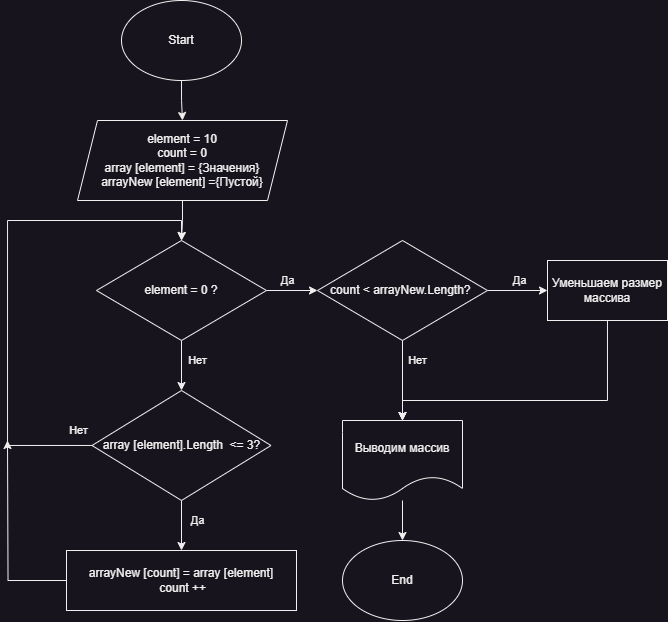
Roman-Bat/ControlWork_ChapterOne keeps this draw.io diagram as Блок схема/Блок схема программы.drawio.png. Above is the earlier version. Source tidied: cells renumbered, new cells last; positions are measured from the earlier drawing's top-left corner, leaving out a move shared by most shapes.
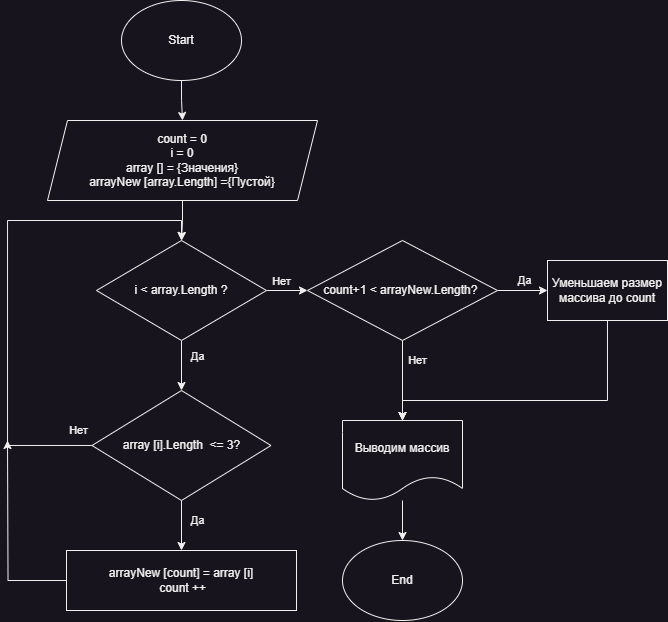
The same diagram one commit later.

Commit message:
Исправил ошибки блок схемы

Diff of the diagram source:
```diff
@@ -11,28 +11,26 @@
     <mxCell id="4" style="edgeStyle=orthogonalEdgeStyle;rounded=0;jettySize=auto;html=1;" parent="1" edge="1" source="5" target="10">
       <mxGeometry relative="1" as="geometry" />
     </mxCell>
-    <mxCell id="5" value="element = 10&lt;br&gt;count = 0&lt;br&gt;array [element] = {Значения}&lt;br&gt;arrayNew [element] ={Пустой}" style="shape=parallelogram;perimeter=parallelogramPerimeter;whiteSpace=wrap;html=1;fixedSize=1;" parent="1" vertex="1">
-      <mxGeometry x="70" y="120" width="210" height="80" as="geometry" />
+    <mxCell id="5" value="count = 0&lt;br&gt;i = 0&lt;br&gt;array [] = {Значения}&lt;br&gt;arrayNew [array.Length] ={Пустой}" style="shape=parallelogram;perimeter=parallelogramPerimeter;whiteSpace=wrap;html=1;fixedSize=1;" parent="1" vertex="1">
+      <mxGeometry x="40" y="120" width="270" height="80" as="geometry" />
     </mxCell>
-    <mxCell id="6" style="edgeStyle=orthogonalEdgeStyle;rounded=0;jettySize=auto;html=1;" parent="1" edge="1" source="10">
-      <mxGeometry relative="1" as="geometry">
-        <mxPoint x="310" y="290" as="targetPoint" />
-      </mxGeometry>
+    <mxCell id="6" style="edgeStyle=orthogonalEdgeStyle;rounded=0;jettySize=auto;html=1;entryX=0;entryY=0.5;entryDx=0;entryDy=0;" parent="1" edge="1" source="10" target="16">
+      <mxGeometry relative="1" as="geometry" />
     </mxCell>
-    <mxCell id="7" value="Да" style="edgeLabel;html=1;align=center;verticalAlign=middle;" parent="6" vertex="1">
-      <mxGeometry x="-0.07" y="3" relative="1" as="geometry">
-        <mxPoint x="-3" y="-7" as="offset" />
-      </mxGeometry>
-    </mxCell>
     <mxCell id="8" style="edgeStyle=orthogonalEdgeStyle;rounded=0;jettySize=auto;html=1;" parent="1" edge="1" source="10" target="26">
       <mxGeometry relative="1" as="geometry" />
     </mxCell>
     <mxCell id="9" value="Нет" style="edgeLabel;html=1;align=center;verticalAlign=middle;" parent="8" vertex="1">
       <mxGeometry x="-0.05" y="-1" relative="1" as="geometry">
-        <mxPoint x="17" y="-4" as="offset" />
+        <mxPoint x="101" y="-83" as="offset" />
       </mxGeometry>
     </mxCell>
+    <mxCell id="7" value="Да" style="edgeLabel;html=1;align=center;verticalAlign=middle;" parent="8" vertex="1">
+      <mxGeometry x="-0.4" y="1" relative="1" as="geometry">
+        <mxPoint x="15" as="offset" />
+      </mxGeometry>
+    </mxCell>
-    <mxCell id="10" value="element = 0 ?" style="rhombus;whiteSpace=wrap;html=1;" parent="1" vertex="1">
+    <mxCell id="10" value="i &amp;lt; array.Length ?" style="rhombus;whiteSpace=wrap;html=1;" parent="1" vertex="1">
       <mxGeometry x="89" y="240" width="170" height="100" as="geometry" />
     </mxCell>
     <mxCell id="11" style="edgeStyle=orthogonalEdgeStyle;rounded=0;jettySize=auto;html=1;" parent="1" edge="1" source="16" target="18">
@@ -54,8 +52,8 @@
     <mxCell id="15" style="edgeStyle=orthogonalEdgeStyle;rounded=0;jettySize=auto;html=1;" parent="1" edge="1" source="16" target="20">
       <mxGeometry relative="1" as="geometry" />
     </mxCell>
-    <mxCell id="16" value="count &amp;lt; arrayNew.Length?&amp;nbsp;" style="rhombus;whiteSpace=wrap;html=1;" parent="1" vertex="1">
-      <mxGeometry x="310" y="240" width="170" height="100" as="geometry" />
+    <mxCell id="16" value="count+1 &amp;lt; arrayNew.Length?&amp;nbsp;" style="rhombus;whiteSpace=wrap;html=1;" parent="1" vertex="1">
+      <mxGeometry x="300" y="240" width="190" height="100" as="geometry" />
     </mxCell>
     <mxCell id="17" style="edgeStyle=orthogonalEdgeStyle;rounded=0;jettySize=auto;html=1;entryX=0.5;entryY=0;entryDx=0;entryDy=0;" parent="1" edge="1" source="18" target="20">
       <mxGeometry relative="1" as="geometry">
@@ -65,7 +63,7 @@
         </Array>
       </mxGeometry>
     </mxCell>
-    <mxCell id="18" value="Уменьшаем размер массива" style="whiteSpace=wrap;html=1;" parent="1" vertex="1">
+    <mxCell id="18" value="Уменьшаем размер массива до count" style="whiteSpace=wrap;html=1;" parent="1" vertex="1">
       <mxGeometry x="540" y="260" width="120" height="60" as="geometry" />
     </mxCell>
     <mxCell id="19" style="edgeStyle=orthogonalEdgeStyle;rounded=0;jettySize=auto;html=1;" parent="1" edge="1" source="20" target="21">
@@ -99,7 +97,7 @@
         <mxPoint x="17" y="-15" as="offset" />
       </mxGeometry>
     </mxCell>
-    <mxCell id="26" value="array [element].Length&amp;nbsp; &amp;lt;= 3?" style="rhombus;whiteSpace=wrap;html=1;" parent="1" vertex="1">
+    <mxCell id="26" value="array [i].Length&amp;nbsp; &amp;lt;= 3?" style="rhombus;whiteSpace=wrap;html=1;" parent="1" vertex="1">
       <mxGeometry x="84.5" y="390" width="179" height="110" as="geometry" />
     </mxCell>
     <mxCell id="27" style="edgeStyle=orthogonalEdgeStyle;rounded=0;jettySize=auto;html=1;" parent="1" edge="1" source="28">
@@ -107,7 +105,7 @@
         <mxPoint y="440" as="targetPoint" />
       </mxGeometry>
     </mxCell>
-    <mxCell id="28" value="arrayNew [count] = array [element]&lt;br&gt;&amp;nbsp;count ++" style="whiteSpace=wrap;html=1;" parent="1" vertex="1">
+    <mxCell id="28" value="arrayNew [count] = array [i]&lt;br&gt;&amp;nbsp;count ++" style="whiteSpace=wrap;html=1;" parent="1" vertex="1">
       <mxGeometry x="59" y="550" width="230" height="60" as="geometry" />
     </mxCell>
   </root>
```
